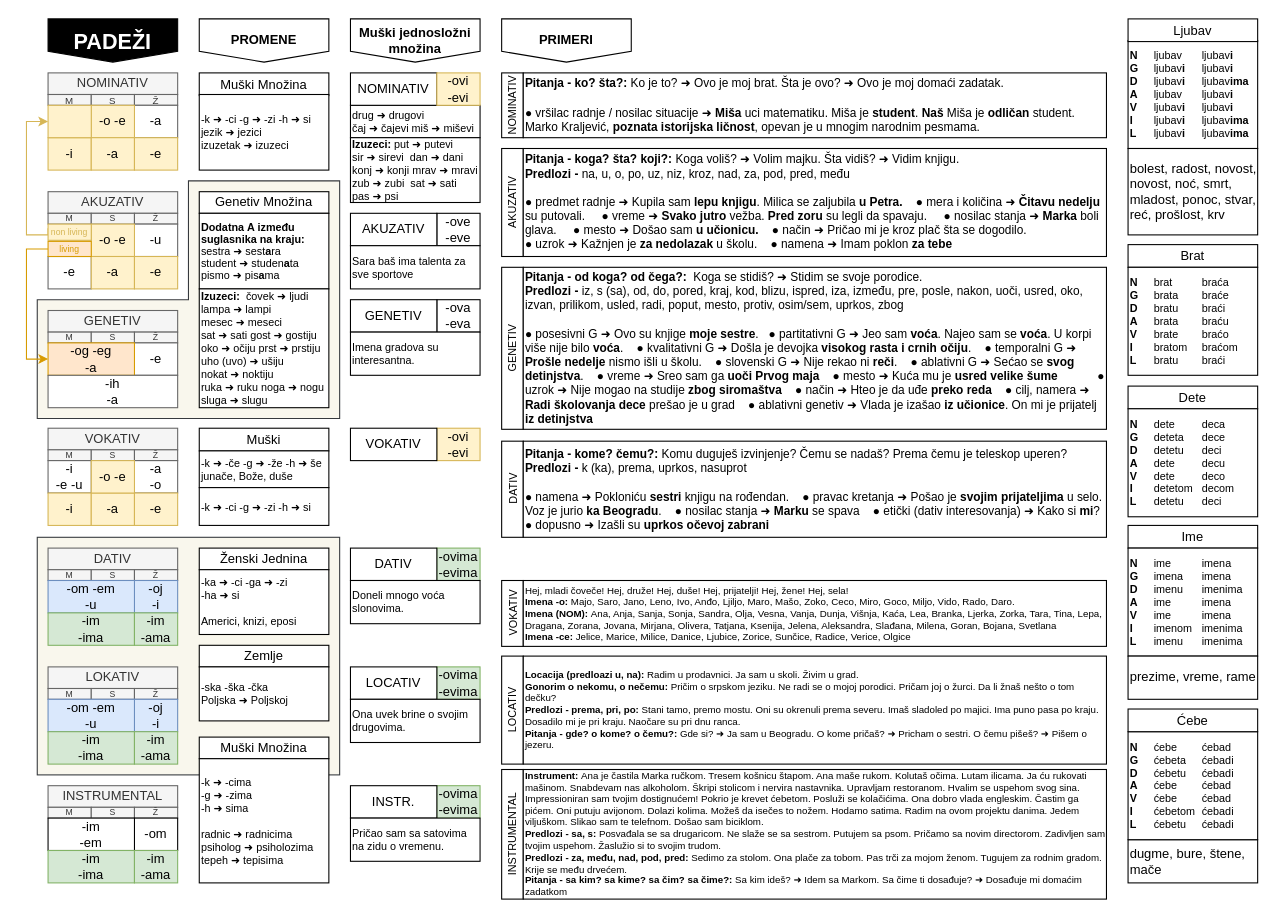
Earlier version of the draw.io diagram draws/padezi.drawio (vlandivir/srpski). Source tidied: cells renumbered, new cells numbered last; positions are measured from the earlier drawing's top-left corner, leaving out a move shared by most shapes. Both pictures are drawn from the tidied source at 108%, with x=0, y=0 at pixel (26, 18).
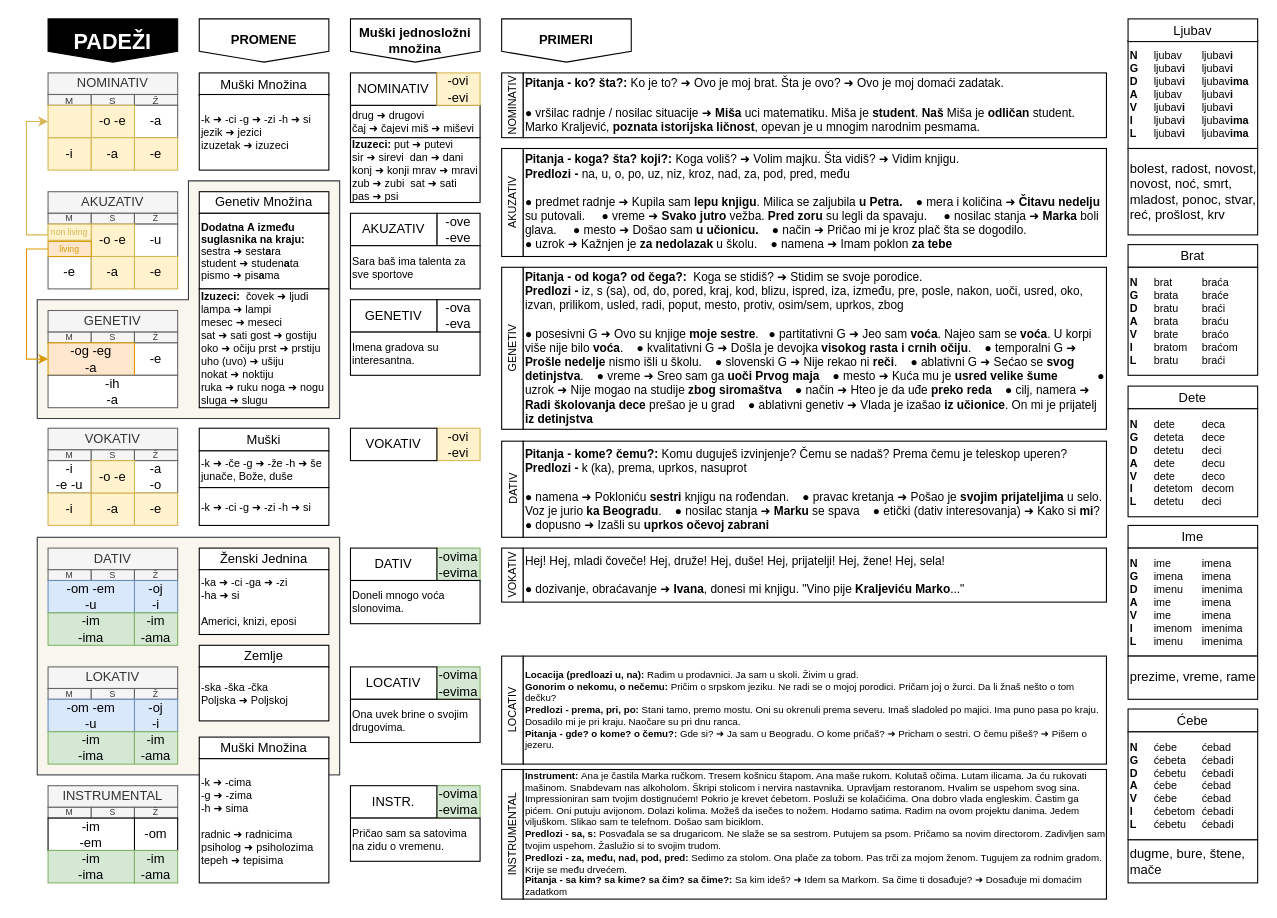
The same page after the edit.

What changed in the source:
```diff
@@
     <mxCell id="98" value="VOKATIV" style="rounded=0;whiteSpace=wrap;html=1;fontSize=10;horizontal=0;" parent="1" vertex="1">
-      <mxGeometry x="440" y="520" width="20" height="61" as="geometry" />
+      <mxGeometry x="440" y="490" width="20" height="50" as="geometry" />
     </mxCell>
@@
-    <mxCell id="118" value="Hej, mladi čoveče! Hej, druže! Hej, duše! Hej, prijatelji! Hej, žene! Hej, sela!&lt;br&gt;&lt;b&gt;Imena -o: &lt;/b&gt;Majo, Saro, Jano, Leno, Ivo, Anđo, Ljiljo, Maro, Mašo, Zoko, Ceco, Miro, Goco, Miljo, Vido, Rado, Daro.&lt;br&gt;&lt;b style=&quot;border-color: var(--border-color);&quot;&gt;Imena (NOM): &lt;/b&gt;&lt;span style=&quot;border-color: var(--border-color);&quot;&gt;Ana, Anja, Sanja, Sonja, Sandra, Olja, Vesna, Vanja, Dunja, Višnja, Kaća, Lea, Branka, Ljerka, Zorka, Tara, Tina, Lepa, Dragana, Zorana, Jovana, Mirjana, Olivera, Tatjana, Ksenija, Jelena, Aleksandra, Sla&lt;/span&gt;đana, Milena, Goran, Bojana, Svetlana&lt;br&gt;&lt;b style=&quot;border-color: var(--border-color);&quot;&gt;Imena -ce: &lt;/b&gt;&lt;span style=&quot;border-color: var(--border-color);&quot;&gt;Jelice, Marice, Milice, Danice, Ljubice, Zorice, Sunčice, Radice, Verice, Olgice&lt;/span&gt;" style="rounded=0;whiteSpace=wrap;html=1;align=left;fontSize=9;" parent="1" vertex="1">
-      <mxGeometry x="460" y="520" width="540" height="61" as="geometry" />
+    <mxCell id="118" value="&lt;div style=&quot;font-size: 11px;&quot;&gt;&lt;font style=&quot;font-size: 11px;&quot;&gt;Hej! &lt;/font&gt;Hej, mladi čoveče! Hej, druže! Hej, duše! Hej, prijatelji! Hej, žene! Hej, sela!&lt;/div&gt;&lt;div style=&quot;font-size: 11px;&quot;&gt;&lt;div&gt;&lt;font style=&quot;font-size: 11px;&quot;&gt;&lt;br&gt;&lt;/font&gt;&lt;/div&gt;&lt;div&gt;&lt;font style=&quot;font-size: 11px;&quot;&gt;● dozivanje, obraćavanje ➜ &lt;b&gt;Ivana&lt;/b&gt;, donesi mi knjigu. &quot;Vino pije &lt;b&gt;Kraljeviću Marko&lt;/b&gt;...&quot;&lt;/font&gt;&lt;/div&gt;&lt;/div&gt;" style="rounded=0;whiteSpace=wrap;html=1;align=left;fontSize=9;" parent="1" vertex="1">
+      <mxGeometry x="460" y="490" width="540" height="50" as="geometry" />
     </mxCell>
```
